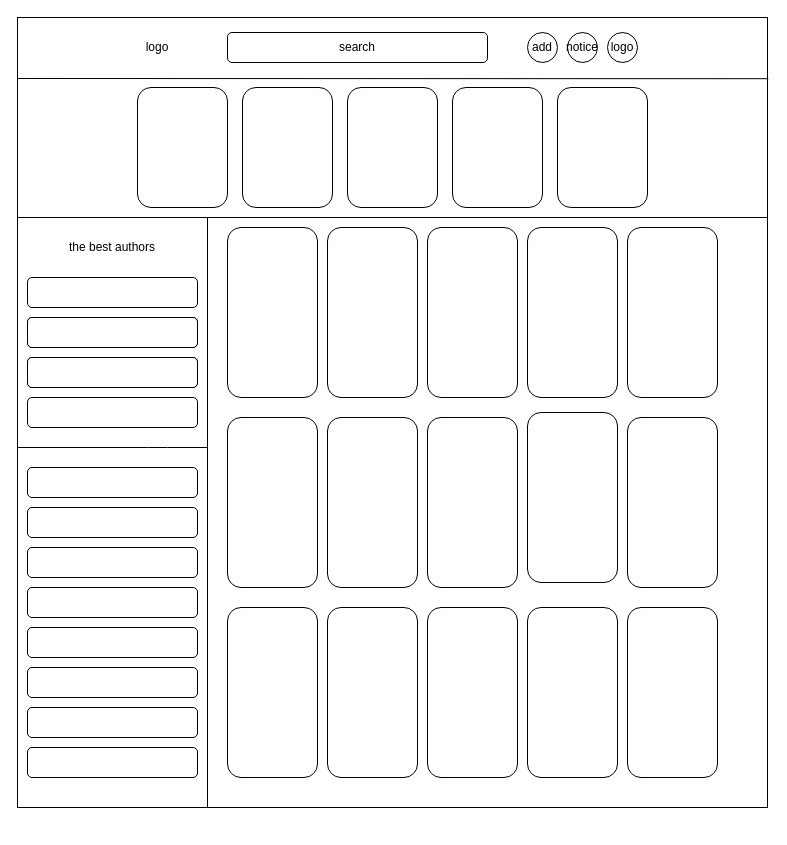
Before: Main Page.drawio in ysset/PK_Project, a draw.io diagram. Source tidied: cells renumbered, new cells numbered last; positions are measured from the earlier drawing's top-left corner, leaving out a move shared by most shapes. Both pictures are drawn from the tidied source at 100%, with x=0, y=0 at pixel (17, 17).
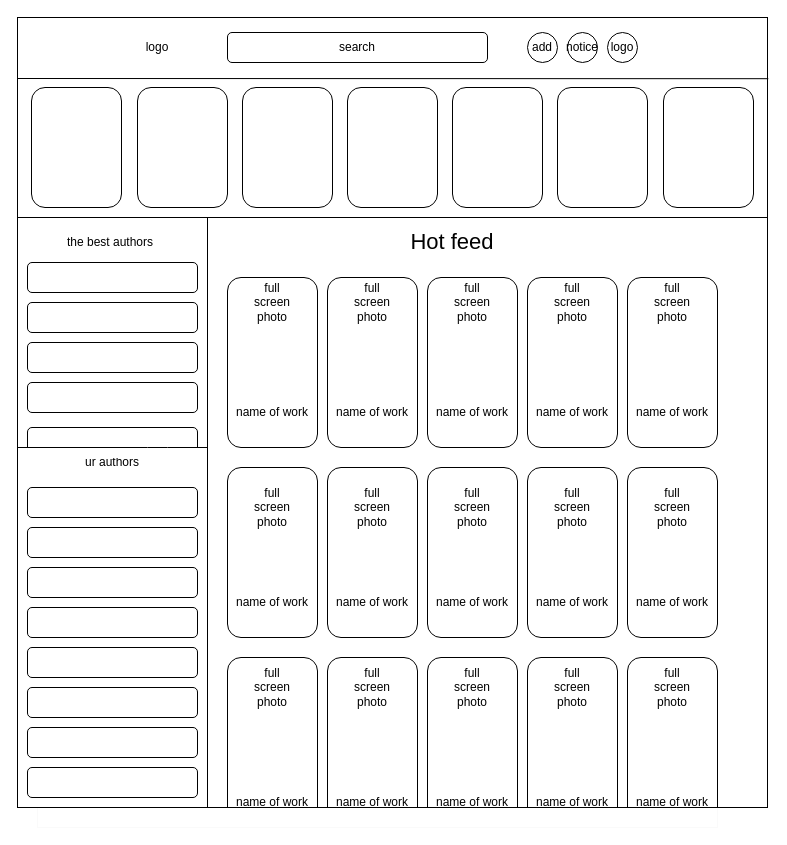
After the change.

Change to the diagram source:
```diff
@@
-    <mxCell id="15" style="rounded=1;whiteSpace=wrap;html=1;" parent="1" vertex="1">
-      <mxGeometry x="210" y="590" width="90" height="170" as="geometry" />
-    </mxCell>
-    <mxCell id="16" style="rounded=1;whiteSpace=wrap;html=1;" parent="1" vertex="1">
-      <mxGeometry x="410" y="590" width="90" height="170" as="geometry" />
-    </mxCell>
-    <mxCell id="17" style="rounded=1;whiteSpace=wrap;html=1;" parent="1" vertex="1">
-      <mxGeometry x="610" y="590" width="90" height="170" as="geometry" />
-    </mxCell>
@@
-    <mxCell id="19" style="rounded=1;whiteSpace=wrap;html=1;" parent="1" vertex="1">
-      <mxGeometry x="10" y="260" width="170" height="30" as="geometry" />
-    </mxCell>
-    <mxCell id="20" style="rounded=1;whiteSpace=wrap;html=1;" parent="1" vertex="1">
-      <mxGeometry x="10" y="340" width="170" height="30" as="geometry" />
-    </mxCell>
-    <mxCell id="21" style="rounded=1;whiteSpace=wrap;html=1;" parent="1" vertex="1">
-      <mxGeometry x="10" y="300" width="170" height="30" as="geometry" />
-    </mxCell>
-    <mxCell id="22" style="rounded=1;whiteSpace=wrap;html=1;" parent="1" vertex="1">
-      <mxGeometry x="10" y="340" width="170" height="30" as="geometry" />
-    </mxCell>
-    <mxCell id="23" style="rounded=1;whiteSpace=wrap;html=1;" parent="1" vertex="1">
-      <mxGeometry x="10" y="300" width="170" height="30" as="geometry" />
-    </mxCell>
     <mxCell id="24" style="rounded=1;whiteSpace=wrap;html=1;" parent="1" vertex="1">
-      <mxGeometry x="10" y="380" width="170" height="30" as="geometry" />
+      <mxGeometry x="10" y="365" width="170" height="30" as="geometry" />
     </mxCell>
     <mxCell id="25" style="rounded=1;whiteSpace=wrap;html=1;" parent="1" vertex="1">
-      <mxGeometry x="10" y="690" width="170" height="30" as="geometry" />
+      <mxGeometry x="10" y="670" width="170" height="30" as="geometry" />
     </mxCell>
     <mxCell id="26" style="rounded=1;whiteSpace=wrap;html=1;" parent="1" vertex="1">
-      <mxGeometry x="10" y="650" width="170" height="30" as="geometry" />
+      <mxGeometry x="10" y="630" width="170" height="30" as="geometry" />
     </mxCell>
     <mxCell id="27" style="rounded=1;whiteSpace=wrap;html=1;" parent="1" vertex="1">
-      <mxGeometry x="10" y="610" width="170" height="30" as="geometry" />
+      <mxGeometry x="10" y="590" width="170" height="30" as="geometry" />
     </mxCell>
     <mxCell id="28" style="rounded=1;whiteSpace=wrap;html=1;" parent="1" vertex="1">
-      <mxGeometry x="10" y="730" width="170" height="30" as="geometry" />
+      <mxGeometry x="10" y="710" width="170" height="30" as="geometry" />
     </mxCell>
     <mxCell id="29" value="the best authors" style="text;html=1;strokeColor=none;fillColor=none;align=center;verticalAlign=middle;whiteSpace=wrap;rounded=0;" parent="1" vertex="1">
-      <mxGeometry x="30" y="210" width="130" height="40" as="geometry" />
+      <mxGeometry x="28" y="205" width="130" height="40" as="geometry" />
     </mxCell>
-    <mxCell id="30" style="endArrow=none;html=1;" parent="1" edge="1">
-      <mxGeometry relative="1" as="geometry">
-        <mxPoint y="430" as="sourcePoint" />
-        <mxPoint x="190" y="430" as="targetPoint" />
-        <Array as="points">
-          <mxPoint x="140" y="430" />
-        </Array>
-      </mxGeometry>
-    </mxCell>
-    <mxCell id="31" style="rounded=1;whiteSpace=wrap;html=1;" parent="1" vertex="1">
-      <mxGeometry x="10" y="450" width="170" height="30" as="geometry" />
-    </mxCell>
     <mxCell id="32" style="rounded=1;whiteSpace=wrap;html=1;" parent="1" vertex="1">
-      <mxGeometry x="10" y="490" width="170" height="30" as="geometry" />
+      <mxGeometry x="10" y="470" width="170" height="30" as="geometry" />
     </mxCell>
     <mxCell id="33" style="rounded=1;whiteSpace=wrap;html=1;" parent="1" vertex="1">
-      <mxGeometry x="10" y="530" width="170" height="30" as="geometry" />
+      <mxGeometry x="10" y="510" width="170" height="30" as="geometry" />
     </mxCell>
     <mxCell id="34" style="rounded=1;whiteSpace=wrap;html=1;" parent="1" vertex="1">
-      <mxGeometry x="10" y="570" width="170" height="30" as="geometry" />
+      <mxGeometry x="10" y="550" width="170" height="30" as="geometry" />
     </mxCell>
-    <mxCell id="35" style="rounded=1;whiteSpace=wrap;html=1;" parent="1" vertex="1">
-      <mxGeometry x="310" y="590" width="90" height="170" as="geometry" />
-    </mxCell>
-    <mxCell id="36" style="rounded=1;whiteSpace=wrap;html=1;" parent="1" vertex="1">
-      <mxGeometry x="210" y="210" width="90" height="170" as="geometry" />
-    </mxCell>
-    <mxCell id="37" style="rounded=1;whiteSpace=wrap;html=1;" parent="1" vertex="1">
-      <mxGeometry x="310" y="210" width="90" height="170" as="geometry" />
-    </mxCell>
-    <mxCell id="38" style="rounded=1;whiteSpace=wrap;html=1;" parent="1" vertex="1">
-      <mxGeometry x="410" y="210" width="90" height="170" as="geometry" />
-    </mxCell>
-    <mxCell id="39" style="rounded=1;whiteSpace=wrap;html=1;" parent="1" vertex="1">
-      <mxGeometry x="510" y="210" width="90" height="170" as="geometry" />
-    </mxCell>
-    <mxCell id="40" style="rounded=1;whiteSpace=wrap;html=1;" parent="1" vertex="1">
-      <mxGeometry x="510" y="395" width="90" height="170" as="geometry" />
-    </mxCell>
-    <mxCell id="41" style="rounded=1;whiteSpace=wrap;html=1;" parent="1" vertex="1">
-      <mxGeometry x="410" y="400" width="90" height="170" as="geometry" />
-    </mxCell>
-    <mxCell id="42" style="rounded=1;whiteSpace=wrap;html=1;" parent="1" vertex="1">
-      <mxGeometry x="310" y="400" width="90" height="170" as="geometry" />
-    </mxCell>
-    <mxCell id="43" style="rounded=1;whiteSpace=wrap;html=1;" parent="1" vertex="1">
-      <mxGeometry x="210" y="400" width="90" height="170" as="geometry" />
-    </mxCell>
-    <mxCell id="44" style="rounded=1;whiteSpace=wrap;html=1;" parent="1" vertex="1">
-      <mxGeometry x="610" y="210" width="90" height="170" as="geometry" />
-    </mxCell>
-    <mxCell id="45" style="rounded=1;whiteSpace=wrap;html=1;" parent="1" vertex="1">
-      <mxGeometry x="610" y="400" width="90" height="170" as="geometry" />
-    </mxCell>
     <mxCell id="46" style="rounded=1;whiteSpace=wrap;html=1;" parent="1" vertex="1">
-      <mxGeometry x="510" y="590" width="90" height="170" as="geometry" />
+      <mxGeometry x="510" y="640" width="90" height="170" as="geometry" />
     </mxCell>
+    <mxCell id="47" value="ur authors" style="text;html=1;strokeColor=none;fillColor=none;align=center;verticalAlign=middle;whiteSpace=wrap;rounded=0;" parent="1" vertex="1">
+      <mxGeometry x="30" y="430" width="130" height="30" as="geometry" />
+    </mxCell>
+    <mxCell id="48" style="rounded=1;whiteSpace=wrap;html=1;" parent="1" vertex="1">
+      <mxGeometry x="10" y="750" width="170" height="30" as="geometry" />
+    </mxCell>
+    <mxCell id="49" style="rounded=1;whiteSpace=wrap;html=1;" parent="1" vertex="1">
+      <mxGeometry x="10" y="245" width="170" height="30" as="geometry" />
+    </mxCell>
+    <mxCell id="50" style="rounded=1;whiteSpace=wrap;html=1;" parent="1" vertex="1">
+      <mxGeometry x="10" y="285" width="170" height="30" as="geometry" />
+    </mxCell>
+    <mxCell id="51" style="rounded=1;whiteSpace=wrap;html=1;" parent="1" vertex="1">
+      <mxGeometry x="10" y="325" width="170" height="30" as="geometry" />
+    </mxCell>
+    <mxCell id="52" style="rounded=1;whiteSpace=wrap;html=1;" parent="1" vertex="1">
+      <mxGeometry x="10" y="410" width="170" height="30" as="geometry" />
+    </mxCell>
+    <mxCell id="53" style="rounded=0;whiteSpace=wrap;html=1;strokeColor=#FFFFFF;" parent="1" vertex="1">
+      <mxGeometry x="10" y="430" width="170" height="10" as="geometry" />
+    </mxCell>
+    <mxCell id="30" style="endArrow=none;html=1;" parent="1" edge="1">
+      <mxGeometry relative="1" as="geometry">
+        <mxPoint y="430" as="sourcePoint" />
+        <mxPoint x="190" y="430" as="targetPoint" />
+        <Array as="points">
+          <mxPoint x="140" y="430" />
+        </Array>
+      </mxGeometry>
+    </mxCell>
+    <mxCell id="54" style="rounded=1;whiteSpace=wrap;html=1;" parent="1" vertex="1">
+      <mxGeometry x="14" y="70" width="90" height="120" as="geometry" />
+    </mxCell>
+    <mxCell id="55" style="rounded=1;whiteSpace=wrap;html=1;" parent="1" vertex="1">
+      <mxGeometry x="646" y="70" width="90" height="120" as="geometry" />
+    </mxCell>
+    <mxCell id="56" style="rounded=1;whiteSpace=wrap;html=1;" parent="1" vertex="1">
+      <mxGeometry x="210" y="260" width="90" height="170" as="geometry" />
+    </mxCell>
+    <mxCell id="57" style="rounded=1;whiteSpace=wrap;html=1;" parent="1" vertex="1">
+      <mxGeometry x="210" y="450" width="90" height="170" as="geometry" />
+    </mxCell>
+    <mxCell id="58" style="rounded=1;whiteSpace=wrap;html=1;" parent="1" vertex="1">
+      <mxGeometry x="210" y="640" width="90" height="170" as="geometry" />
+    </mxCell>
+    <mxCell id="59" style="rounded=1;whiteSpace=wrap;html=1;" parent="1" vertex="1">
+      <mxGeometry x="310" y="640" width="90" height="170" as="geometry" />
+    </mxCell>
+    <mxCell id="60" style="rounded=1;whiteSpace=wrap;html=1;" parent="1" vertex="1">
+      <mxGeometry x="310" y="450" width="90" height="170" as="geometry" />
+    </mxCell>
+    <mxCell id="61" style="rounded=1;whiteSpace=wrap;html=1;" parent="1" vertex="1">
+      <mxGeometry x="310" y="260" width="90" height="170" as="geometry" />
+    </mxCell>
+    <mxCell id="62" style="rounded=1;whiteSpace=wrap;html=1;" parent="1" vertex="1">
+      <mxGeometry x="410" y="260" width="90" height="170" as="geometry" />
+    </mxCell>
+    <mxCell id="63" style="rounded=1;whiteSpace=wrap;html=1;" parent="1" vertex="1">
+      <mxGeometry x="410" y="450" width="90" height="170" as="geometry" />
+    </mxCell>
+    <mxCell id="64" style="rounded=1;whiteSpace=wrap;html=1;" parent="1" vertex="1">
+      <mxGeometry x="410" y="640" width="90" height="170" as="geometry" />
+    </mxCell>
+    <mxCell id="65" style="rounded=1;whiteSpace=wrap;html=1;" parent="1" vertex="1">
+      <mxGeometry x="510" y="450" width="90" height="170" as="geometry" />
+    </mxCell>
+    <mxCell id="66" style="rounded=1;whiteSpace=wrap;html=1;" parent="1" vertex="1">
+      <mxGeometry x="510" y="260" width="90" height="170" as="geometry" />
+    </mxCell>
+    <mxCell id="67" style="rounded=1;whiteSpace=wrap;html=1;" parent="1" vertex="1">
+      <mxGeometry x="610" y="260" width="90" height="170" as="geometry" />
+    </mxCell>
+    <mxCell id="68" style="rounded=1;whiteSpace=wrap;html=1;" parent="1" vertex="1">
+      <mxGeometry x="610" y="450" width="90" height="170" as="geometry" />
+    </mxCell>
+    <mxCell id="69" style="rounded=1;whiteSpace=wrap;html=1;" parent="1" vertex="1">
+      <mxGeometry x="610" y="640" width="90" height="170" as="geometry" />
+    </mxCell>
+    <mxCell id="70" value="Hot feed" style="text;html=1;strokeColor=none;fillColor=none;align=center;verticalAlign=middle;whiteSpace=wrap;rounded=0;sketch=0;fontSize=22;" parent="1" vertex="1">
+      <mxGeometry x="300" y="207.5" width="270" height="35" as="geometry" />
+    </mxCell>
+    <mxCell id="71" value="full screen photo" style="text;html=1;strokeColor=none;fillColor=none;align=center;verticalAlign=middle;whiteSpace=wrap;rounded=0;sketch=0;" parent="1" vertex="1">
+      <mxGeometry x="235" y="275" width="40" height="20" as="geometry" />
+    </mxCell>
+    <mxCell id="72" value="name of work" style="text;html=1;strokeColor=none;fillColor=none;align=center;verticalAlign=middle;whiteSpace=wrap;rounded=0;sketch=0;" parent="1" vertex="1">
+      <mxGeometry x="210" y="370" width="90" height="50" as="geometry" />
+    </mxCell>
+    <mxCell id="73" value="name of work" style="text;html=1;strokeColor=none;fillColor=none;align=center;verticalAlign=middle;whiteSpace=wrap;rounded=0;sketch=0;" parent="1" vertex="1">
+      <mxGeometry x="310" y="370" width="90" height="50" as="geometry" />
+    </mxCell>
+    <mxCell id="74" value="name of work" style="text;html=1;strokeColor=none;fillColor=none;align=center;verticalAlign=middle;whiteSpace=wrap;rounded=0;sketch=0;" parent="1" vertex="1">
+      <mxGeometry x="410" y="370" width="90" height="50" as="geometry" />
+    </mxCell>
+    <mxCell id="75" value="name of work" style="text;html=1;strokeColor=none;fillColor=none;align=center;verticalAlign=middle;whiteSpace=wrap;rounded=0;sketch=0;" parent="1" vertex="1">
+      <mxGeometry x="510" y="370" width="90" height="50" as="geometry" />
+    </mxCell>
+    <mxCell id="76" value="name of work" style="text;html=1;strokeColor=none;fillColor=none;align=center;verticalAlign=middle;whiteSpace=wrap;rounded=0;sketch=0;" parent="1" vertex="1">
+      <mxGeometry x="610" y="370" width="90" height="50" as="geometry" />
+    </mxCell>
+    <mxCell id="77" value="name of work" style="text;html=1;strokeColor=none;fillColor=none;align=center;verticalAlign=middle;whiteSpace=wrap;rounded=0;sketch=0;" parent="1" vertex="1">
+      <mxGeometry x="610" y="560" width="90" height="50" as="geometry" />
+    </mxCell>
+    <mxCell id="78" value="name of work" style="text;html=1;strokeColor=none;fillColor=none;align=center;verticalAlign=middle;whiteSpace=wrap;rounded=0;sketch=0;" parent="1" vertex="1">
+      <mxGeometry x="410" y="560" width="90" height="50" as="geometry" />
+    </mxCell>
+    <mxCell id="79" value="name of work" style="text;html=1;strokeColor=none;fillColor=none;align=center;verticalAlign=middle;whiteSpace=wrap;rounded=0;sketch=0;" parent="1" vertex="1">
+      <mxGeometry x="510" y="560" width="90" height="50" as="geometry" />
+    </mxCell>
+    <mxCell id="80" value="name of work" style="text;html=1;strokeColor=none;fillColor=none;align=center;verticalAlign=middle;whiteSpace=wrap;rounded=0;sketch=0;" parent="1" vertex="1">
+      <mxGeometry x="610" y="760" width="90" height="50" as="geometry" />
+    </mxCell>
+    <mxCell id="81" value="name of work" style="text;html=1;strokeColor=none;fillColor=none;align=center;verticalAlign=middle;whiteSpace=wrap;rounded=0;sketch=0;" parent="1" vertex="1">
+      <mxGeometry x="210" y="760" width="90" height="50" as="geometry" />
+    </mxCell>
+    <mxCell id="82" value="name of work" style="text;html=1;strokeColor=none;fillColor=none;align=center;verticalAlign=middle;whiteSpace=wrap;rounded=0;sketch=0;" parent="1" vertex="1">
+      <mxGeometry x="310" y="760" width="90" height="50" as="geometry" />
+    </mxCell>
+    <mxCell id="83" value="name of work" style="text;html=1;strokeColor=none;fillColor=none;align=center;verticalAlign=middle;whiteSpace=wrap;rounded=0;sketch=0;" parent="1" vertex="1">
+      <mxGeometry x="410" y="760" width="90" height="50" as="geometry" />
+    </mxCell>
+    <mxCell id="84" value="name of work" style="text;html=1;strokeColor=none;fillColor=none;align=center;verticalAlign=middle;whiteSpace=wrap;rounded=0;sketch=0;" parent="1" vertex="1">
+      <mxGeometry x="510" y="760" width="90" height="50" as="geometry" />
+    </mxCell>
+    <mxCell id="85" style="rounded=0;whiteSpace=wrap;html=1;sketch=0;strokeColor=#FAFAFA;" parent="1" vertex="1">
+      <mxGeometry x="20" y="790" width="680" height="20" as="geometry" />
+    </mxCell>
+    <mxCell id="86" style="endArrow=none;html=1;" parent="1" edge="1">
+      <mxGeometry relative="1" as="geometry">
+        <mxPoint y="790" as="sourcePoint" />
+        <mxPoint x="750" y="790" as="targetPoint" />
+      </mxGeometry>
+    </mxCell>
+    <mxCell id="87" value="name of work" style="text;html=1;strokeColor=none;fillColor=none;align=center;verticalAlign=middle;whiteSpace=wrap;rounded=0;sketch=0;" parent="1" vertex="1">
+      <mxGeometry x="210" y="560" width="90" height="50" as="geometry" />
+    </mxCell>
+    <mxCell id="88" value="name of work" style="text;html=1;strokeColor=none;fillColor=none;align=center;verticalAlign=middle;whiteSpace=wrap;rounded=0;sketch=0;" parent="1" vertex="1">
+      <mxGeometry x="310" y="560" width="90" height="50" as="geometry" />
+    </mxCell>
+    <mxCell id="89" value="full screen photo" style="text;html=1;strokeColor=none;fillColor=none;align=center;verticalAlign=middle;whiteSpace=wrap;rounded=0;sketch=0;" parent="1" vertex="1">
+      <mxGeometry x="335" y="275" width="40" height="20" as="geometry" />
+    </mxCell>
+    <mxCell id="90" value="full screen photo" style="text;html=1;strokeColor=none;fillColor=none;align=center;verticalAlign=middle;whiteSpace=wrap;rounded=0;sketch=0;" parent="1" vertex="1">
+      <mxGeometry x="435" y="275" width="40" height="20" as="geometry" />
+    </mxCell>
+    <mxCell id="91" value="full screen photo" style="text;html=1;strokeColor=none;fillColor=none;align=center;verticalAlign=middle;whiteSpace=wrap;rounded=0;sketch=0;" parent="1" vertex="1">
+      <mxGeometry x="535" y="275" width="40" height="20" as="geometry" />
+    </mxCell>
+    <mxCell id="92" value="full screen photo" style="text;html=1;strokeColor=none;fillColor=none;align=center;verticalAlign=middle;whiteSpace=wrap;rounded=0;sketch=0;" parent="1" vertex="1">
+      <mxGeometry x="635" y="275" width="40" height="20" as="geometry" />
+    </mxCell>
+    <mxCell id="93" value="full screen photo" style="text;html=1;strokeColor=none;fillColor=none;align=center;verticalAlign=middle;whiteSpace=wrap;rounded=0;sketch=0;" parent="1" vertex="1">
+      <mxGeometry x="235" y="480" width="40" height="20" as="geometry" />
+    </mxCell>
+    <mxCell id="94" value="full screen photo" style="text;html=1;strokeColor=none;fillColor=none;align=center;verticalAlign=middle;whiteSpace=wrap;rounded=0;sketch=0;" parent="1" vertex="1">
+      <mxGeometry x="335" y="480" width="40" height="20" as="geometry" />
+    </mxCell>
+    <mxCell id="95" value="full screen photo" style="text;html=1;strokeColor=none;fillColor=none;align=center;verticalAlign=middle;whiteSpace=wrap;rounded=0;sketch=0;" parent="1" vertex="1">
+      <mxGeometry x="435" y="480" width="40" height="20" as="geometry" />
+    </mxCell>
+    <mxCell id="96" value="full screen photo" style="text;html=1;strokeColor=none;fillColor=none;align=center;verticalAlign=middle;whiteSpace=wrap;rounded=0;sketch=0;" parent="1" vertex="1">
+      <mxGeometry x="535" y="480" width="40" height="20" as="geometry" />
+    </mxCell>
+    <mxCell id="97" value="full screen photo" style="text;html=1;strokeColor=none;fillColor=none;align=center;verticalAlign=middle;whiteSpace=wrap;rounded=0;sketch=0;" parent="1" vertex="1">
+      <mxGeometry x="635" y="480" width="40" height="20" as="geometry" />
+    </mxCell>
+    <mxCell id="98" value="full screen photo" style="text;html=1;strokeColor=none;fillColor=none;align=center;verticalAlign=middle;whiteSpace=wrap;rounded=0;sketch=0;" parent="1" vertex="1">
+      <mxGeometry x="235" y="660" width="40" height="20" as="geometry" />
+    </mxCell>
+    <mxCell id="99" value="full screen photo" style="text;html=1;strokeColor=none;fillColor=none;align=center;verticalAlign=middle;whiteSpace=wrap;rounded=0;sketch=0;" parent="1" vertex="1">
+      <mxGeometry x="335" y="660" width="40" height="20" as="geometry" />
+    </mxCell>
+    <mxCell id="100" value="full screen photo" style="text;html=1;strokeColor=none;fillColor=none;align=center;verticalAlign=middle;whiteSpace=wrap;rounded=0;sketch=0;" parent="1" vertex="1">
+      <mxGeometry x="435" y="660" width="40" height="20" as="geometry" />
+    </mxCell>
+    <mxCell id="101" value="full screen photo" style="text;html=1;strokeColor=none;fillColor=none;align=center;verticalAlign=middle;whiteSpace=wrap;rounded=0;sketch=0;" parent="1" vertex="1">
+      <mxGeometry x="535" y="660" width="40" height="20" as="geometry" />
+    </mxCell>
+    <mxCell id="102" value="full screen photo" style="text;html=1;strokeColor=none;fillColor=none;align=center;verticalAlign=middle;whiteSpace=wrap;rounded=0;sketch=0;" parent="1" vertex="1">
+      <mxGeometry x="635" y="660" width="40" height="20" as="geometry" />
+    </mxCell>
```
